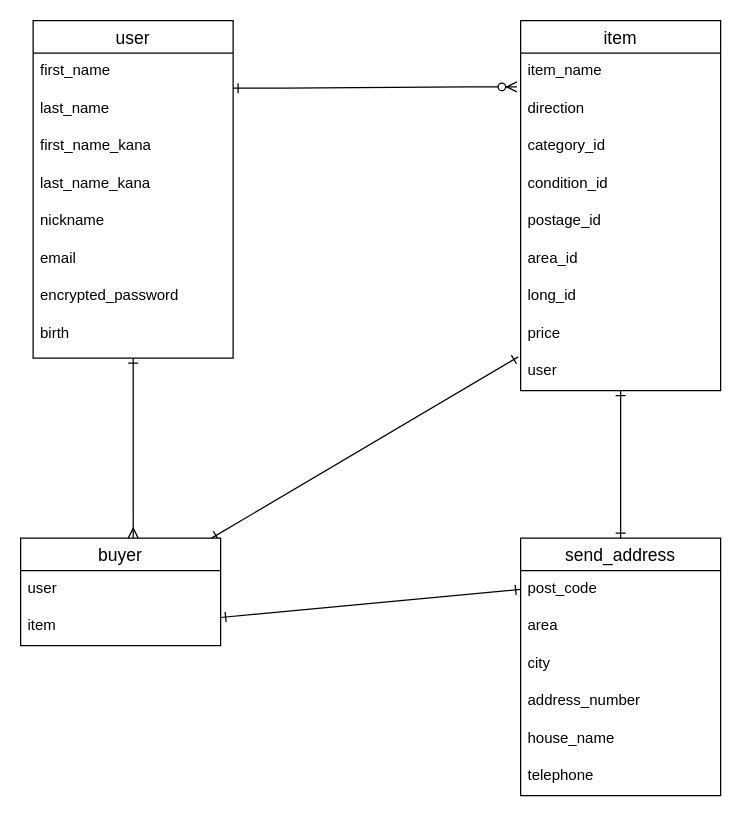
Earlier version of the draw.io diagram text.dio (Aya0601/furima38585). Source tidied: cells renumbered, new cells numbered last; positions are measured from the earlier drawing's top-left corner, leaving out a move shared by most shapes. Both pictures are drawn from the tidied source at 125%, with x=0, y=0 at pixel (20, 20).
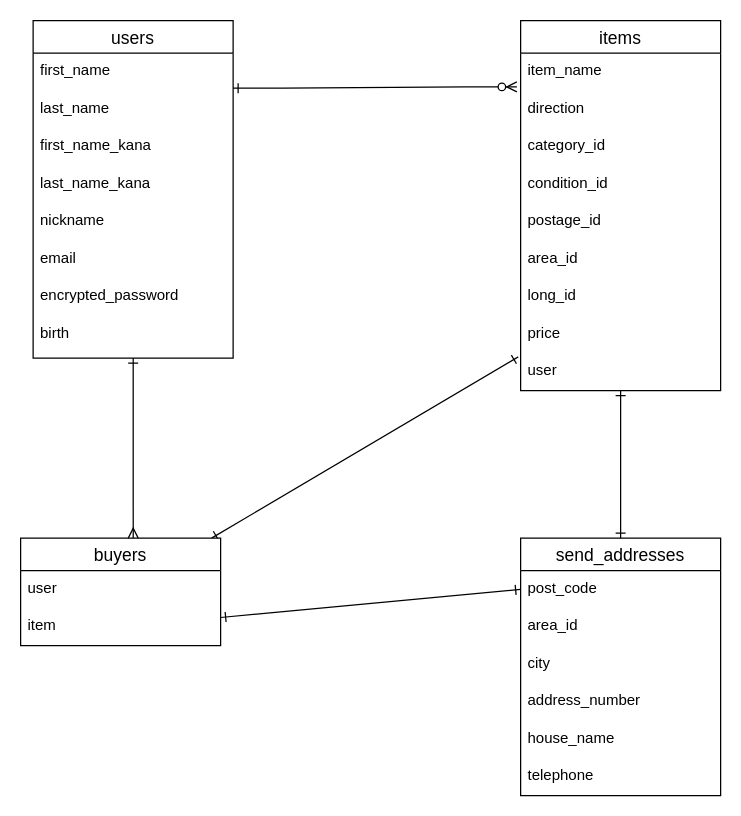
After the change.

The edit, as a diff of the source:
```diff
@@
-    <mxCell id="2" value="send_address" style="swimlane;fontStyle=0;horizontal=1;startSize=26;align=center;fontSize=14;" parent="1" vertex="1">
+    <mxCell id="2" value="send_addresses" style="swimlane;fontStyle=0;horizontal=1;startSize=26;align=center;fontSize=14;" parent="1" vertex="1">
       <mxGeometry x="400" y="414" width="160" height="206" as="geometry" />
     </mxCell>
@@
-    <mxCell id="4" value="area" style="text;strokeColor=none;fillColor=none;spacingLeft=4;spacingRight=4;overflow=hidden;fontSize=12;" parent="2" vertex="1">
+    <mxCell id="4" value="area_id" style="text;strokeColor=none;fillColor=none;spacingLeft=4;spacingRight=4;overflow=hidden;fontSize=12;" parent="2" vertex="1">
       <mxGeometry y="56" width="160" height="30" as="geometry" />
     </mxCell>
@@
-    <mxCell id="10" value="buyer" style="swimlane;fontStyle=0;horizontal=1;startSize=26;align=center;fontSize=14;" parent="1" vertex="1">
+    <mxCell id="10" value="buyers" style="swimlane;fontStyle=0;horizontal=1;startSize=26;align=center;fontSize=14;" parent="1" vertex="1">
       <mxGeometry y="414" width="160" height="86" as="geometry" />
     </mxCell>
@@
-    <mxCell id="14" value="item" style="swimlane;fontStyle=0;horizontal=1;startSize=26;align=center;fontSize=14;" parent="1" vertex="1">
+    <mxCell id="14" value="items" style="swimlane;fontStyle=0;horizontal=1;startSize=26;align=center;fontSize=14;" parent="1" vertex="1">
       <mxGeometry x="400" width="160" height="296" as="geometry" />
     </mxCell>
@@
-    <mxCell id="26" value="user" style="swimlane;fontStyle=0;horizontal=1;startSize=26;align=center;fontSize=14;" parent="1" vertex="1">
+    <mxCell id="26" value="users" style="swimlane;fontStyle=0;horizontal=1;startSize=26;align=center;fontSize=14;" parent="1" vertex="1">
       <mxGeometry x="10" width="160" height="270" as="geometry" />
     </mxCell>
```
